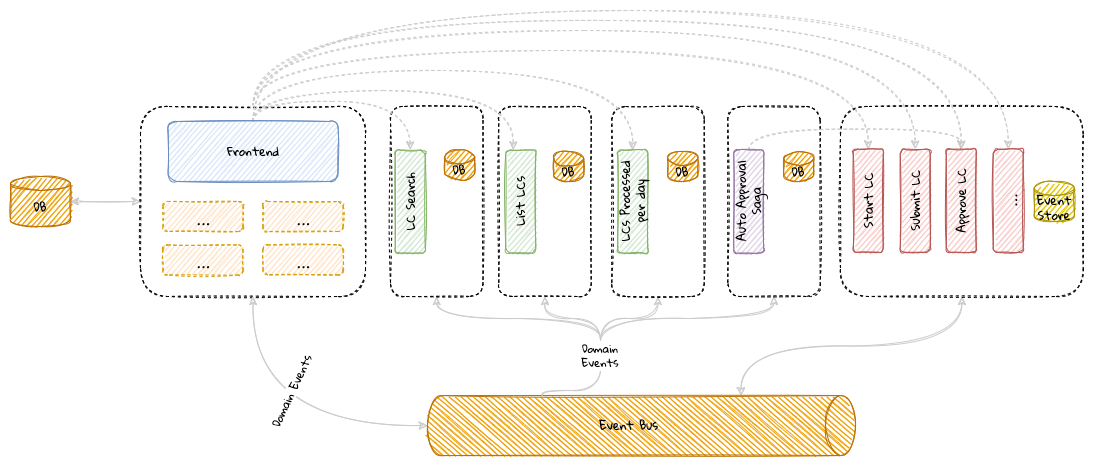
Above: images/lc-application-monolith-stage-8.png in ddd-book-java/prem-website (draw.io), before the change. Source tidied: cells renumbered, new cells last; positions are measured from the earlier drawing's top-left corner, leaving out a move shared by most shapes.
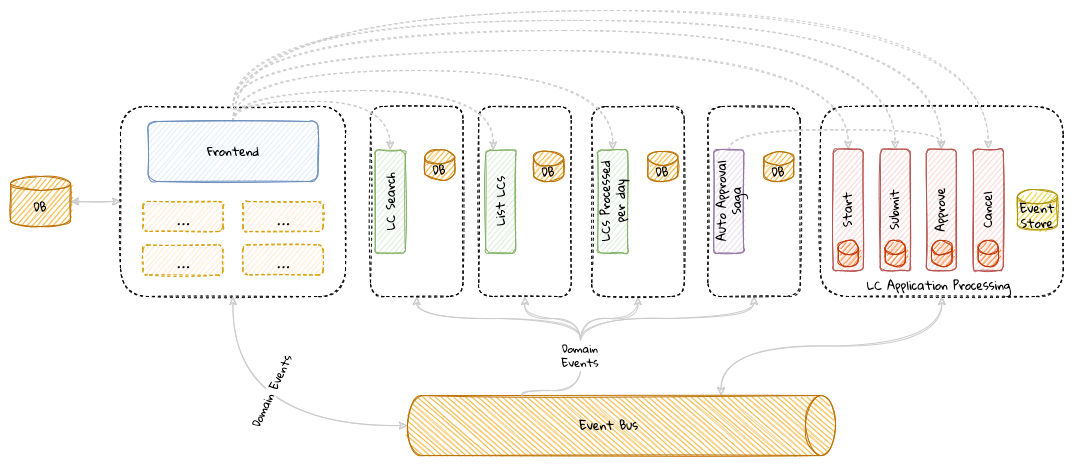
The same diagram one commit later.

What changed in the source:
```diff
@@ -110,10 +110,10 @@
       <mxGeometry relative="1" as="geometry" />
     </mxCell>
     <mxCell id="27" value="DB" style="shape=cylinder3;whiteSpace=wrap;html=1;boundedLbl=1;backgroundOutline=1;size=7;sketch=1;rounded=1;fontFamily=Gloria Hallelujah;fontSource=https%3A%2F%2Ffonts.googleapis.com%2Fcss%3Ffamily%3DGloria%2BHallelujah;fillColor=#f0a30a;strokeColor=#BD7000;fontColor=#000000;" parent="1" vertex="1">
-      <mxGeometry y="166" width="60" height="50" as="geometry" />
+      <mxGeometry x="20" y="166" width="60" height="50" as="geometry" />
     </mxCell>
-    <mxCell id="28" value="Start LC" style="rounded=1;whiteSpace=wrap;html=1;sketch=1;fontFamily=Gloria Hallelujah;fontSource=https%3A%2F%2Ffonts.googleapis.com%2Fcss%3Ffamily%3DGloria%2BHallelujah;fillColor=#f8cecc;strokeColor=#b85450;horizontal=0;" parent="1" vertex="1">
-      <mxGeometry x="842.8" y="138.7" width="30" height="103.1" as="geometry" />
+    <mxCell id="28" value="Start" style="rounded=1;whiteSpace=wrap;html=1;sketch=1;fontFamily=Gloria Hallelujah;fontSource=https%3A%2F%2Ffonts.googleapis.com%2Fcss%3Ffamily%3DGloria%2BHallelujah;fillColor=#f8cecc;strokeColor=#b85450;horizontal=0;" parent="1" vertex="1">
+      <mxGeometry x="842.8" y="138.7" width="30" height="121.3" as="geometry" />
     </mxCell>
     <mxCell id="29" value="LC Search" style="rounded=1;whiteSpace=wrap;html=1;sketch=1;fontFamily=Gloria Hallelujah;fontSource=https%3A%2F%2Ffonts.googleapis.com%2Fcss%3Ffamily%3DGloria%2BHallelujah;fillColor=#d5e8d4;strokeColor=#82b366;horizontal=0;" parent="1" vertex="1">
       <mxGeometry x="384.8" y="139.4" width="30" height="103.1" as="geometry" />
@@ -134,7 +134,7 @@
       <mxGeometry x="657.2" y="141" width="30" height="30" as="geometry" />
     </mxCell>
     <mxCell id="35" value="Event Store" style="shape=cylinder3;whiteSpace=wrap;html=1;boundedLbl=1;backgroundOutline=1;size=7;sketch=1;rounded=1;fontFamily=Gloria Hallelujah;fontSource=https%3A%2F%2Ffonts.googleapis.com%2Fcss%3Ffamily%3DGloria%2BHallelujah;fillColor=#e3c800;strokeColor=#B09500;fontColor=#000000;" parent="1" vertex="1">
-      <mxGeometry x="1023.8" y="171" width="40" height="40" as="geometry" />
+      <mxGeometry x="1026.9" y="179.3" width="40" height="40" as="geometry" />
     </mxCell>
     <mxCell id="36" style="edgeStyle=orthogonalEdgeStyle;curved=1;rounded=1;sketch=1;jettySize=auto;html=1;exitX=0.5;exitY=1;exitDx=0;exitDy=0;fontFamily=Gloria Hallelujah;fontSource=https%3A%2F%2Ffonts.googleapis.com%2Fcss%3Ffamily%3DGloria%2BHallelujah;fontSize=11;startArrow=classic;startFill=1;endArrow=none;endFill=0;strokeColor=#CCCCCC;" parent="1" edge="1" source="37" target="42">
       <mxGeometry relative="1" as="geometry" />
@@ -157,14 +157,29 @@
     <mxCell id="42" value="Domain Events" style="text;html=1;strokeColor=none;fillColor=none;align=center;verticalAlign=middle;whiteSpace=wrap;rounded=0;glass=0;dashed=1;sketch=1;fontFamily=Gloria Hallelujah;fontSource=https%3A%2F%2Ffonts.googleapis.com%2Fcss%3Ffamily%3DGloria%2BHallelujah;fontSize=11;" parent="1" vertex="1">
       <mxGeometry x="560" y="330" width="60" height="30" as="geometry" />
     </mxCell>
-    <mxCell id="43" value="Submit LC" style="rounded=1;whiteSpace=wrap;html=1;sketch=1;fontFamily=Gloria Hallelujah;fontSource=https%3A%2F%2Ffonts.googleapis.com%2Fcss%3Ffamily%3DGloria%2BHallelujah;fillColor=#f8cecc;strokeColor=#b85450;horizontal=0;" parent="1" vertex="1">
-      <mxGeometry x="889.8" y="138.7" width="30" height="103.1" as="geometry" />
+    <mxCell id="43" value="Submit" style="rounded=1;whiteSpace=wrap;html=1;sketch=1;fontFamily=Gloria Hallelujah;fontSource=https%3A%2F%2Ffonts.googleapis.com%2Fcss%3Ffamily%3DGloria%2BHallelujah;fillColor=#f8cecc;strokeColor=#b85450;horizontal=0;" parent="1" vertex="1">
+      <mxGeometry x="889.8" y="138.7" width="30" height="121.3" as="geometry" />
     </mxCell>
-    <mxCell id="44" value="Approve LC" style="rounded=1;whiteSpace=wrap;html=1;sketch=1;fontFamily=Gloria Hallelujah;fontSource=https%3A%2F%2Ffonts.googleapis.com%2Fcss%3Ffamily%3DGloria%2BHallelujah;fillColor=#f8cecc;strokeColor=#b85450;horizontal=0;" parent="1" vertex="1">
-      <mxGeometry x="935.8" y="138.7" width="30" height="103.1" as="geometry" />
+    <mxCell id="44" value="Approve" style="rounded=1;whiteSpace=wrap;html=1;sketch=1;fontFamily=Gloria Hallelujah;fontSource=https%3A%2F%2Ffonts.googleapis.com%2Fcss%3Ffamily%3DGloria%2BHallelujah;fillColor=#f8cecc;strokeColor=#b85450;horizontal=0;" parent="1" vertex="1">
+      <mxGeometry x="935.8" y="138.7" width="30" height="121.3" as="geometry" />
     </mxCell>
-    <mxCell id="45" value="&lt;font style=&quot;font-size: 20px&quot;&gt;...&lt;/font&gt;" style="rounded=1;whiteSpace=wrap;html=1;sketch=1;fontFamily=Gloria Hallelujah;fontSource=https%3A%2F%2Ffonts.googleapis.com%2Fcss%3Ffamily%3DGloria%2BHallelujah;fillColor=#f8cecc;strokeColor=#b85450;horizontal=0;" parent="1" vertex="1">
-      <mxGeometry x="982.8" y="138.7" width="30" height="103.1" as="geometry" />
+    <mxCell id="45" value="&lt;font style=&quot;font-size: 12px&quot;&gt;Cancel&lt;/font&gt;" style="rounded=1;whiteSpace=wrap;html=1;sketch=1;fontFamily=Gloria Hallelujah;fontSource=https%3A%2F%2Ffonts.googleapis.com%2Fcss%3Ffamily%3DGloria%2BHallelujah;fillColor=#f8cecc;strokeColor=#b85450;horizontal=0;" parent="1" vertex="1">
+      <mxGeometry x="982.8" y="138.7" width="30" height="121.3" as="geometry" />
     </mxCell>
+    <mxCell id="46" style="shape=cylinder3;whiteSpace=wrap;html=1;boundedLbl=1;backgroundOutline=1;size=7;sketch=1;rounded=1;fontFamily=Gloria Hallelujah;fontSource=https%3A%2F%2Ffonts.googleapis.com%2Fcss%3Ffamily%3DGloria%2BHallelujah;fillColor=#fa6800;strokeColor=#C73500;fontColor=#000000;" parent="1" vertex="1">
+      <mxGeometry x="987.8" y="230" width="20" height="26" as="geometry" />
+    </mxCell>
+    <mxCell id="47" style="shape=cylinder3;whiteSpace=wrap;html=1;boundedLbl=1;backgroundOutline=1;size=7;sketch=1;rounded=1;fontFamily=Gloria Hallelujah;fontSource=https%3A%2F%2Ffonts.googleapis.com%2Fcss%3Ffamily%3DGloria%2BHallelujah;fillColor=#fa6800;strokeColor=#C73500;fontColor=#000000;" parent="1" vertex="1">
+      <mxGeometry x="941.4" y="230" width="20" height="26" as="geometry" />
+    </mxCell>
+    <mxCell id="48" style="shape=cylinder3;whiteSpace=wrap;html=1;boundedLbl=1;backgroundOutline=1;size=7;sketch=1;rounded=1;fontFamily=Gloria Hallelujah;fontSource=https%3A%2F%2Ffonts.googleapis.com%2Fcss%3Ffamily%3DGloria%2BHallelujah;fillColor=#fa6800;strokeColor=#C73500;fontColor=#000000;" parent="1" vertex="1">
+      <mxGeometry x="894.8" y="230" width="20" height="26" as="geometry" />
+    </mxCell>
+    <mxCell id="49" style="shape=cylinder3;whiteSpace=wrap;html=1;boundedLbl=1;backgroundOutline=1;size=7;sketch=1;rounded=1;fontFamily=Gloria Hallelujah;fontSource=https%3A%2F%2Ffonts.googleapis.com%2Fcss%3Ffamily%3DGloria%2BHallelujah;fillColor=#fa6800;strokeColor=#C73500;fontColor=#000000;" parent="1" vertex="1">
+      <mxGeometry x="847.8" y="230" width="20" height="26" as="geometry" />
+    </mxCell>
+    <mxCell id="50" value="LC Application Processing" style="text;html=1;strokeColor=none;fillColor=none;align=left;verticalAlign=middle;whiteSpace=wrap;rounded=0;fontSize=12;fontFamily=Gloria Hallelujah;fontSource=https%3A%2F%2Ffonts.googleapis.com%2Fcss%3Ffamily%3DGloria%2BHallelujah;" parent="1" vertex="1">
+      <mxGeometry x="874.6" y="260" width="152.2" height="30" as="geometry" />
+    </mxCell>
   </root>
 </mxGraphModel>
```
